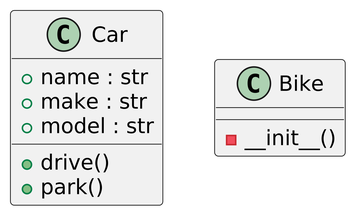
Softoft/pdgen keeps this PlantUML diagram as e2e_tests/test_projects/resources_tmp/diagram_test.png. Above is the earlier version. Source of this version:
```plantuml
@startuml
skinparam dpi 600

class Car {
    + name : str
    + make : str
    + model : str
    + drive()
    + park()
}


class Bike {
    - __init__()
}
@enduml
```
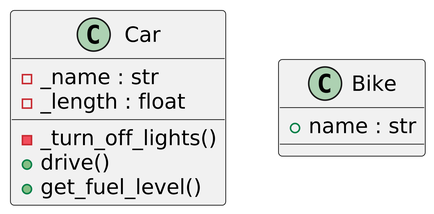
Above is the later version.

The edit, as a diff of the source:
```diff
@@ -2,15 +2,15 @@
 skinparam dpi 600
 
 class Car {
-    + name : str
-    + make : str
-    + model : str
+    - _name : str
+    - _length : float
+    - _turn_off_lights()
     + drive()
-    + park()
+    + get_fuel_level()
 }
 
 
 class Bike {
-    - __init__()
+    + name : str
 }
 @enduml
```
